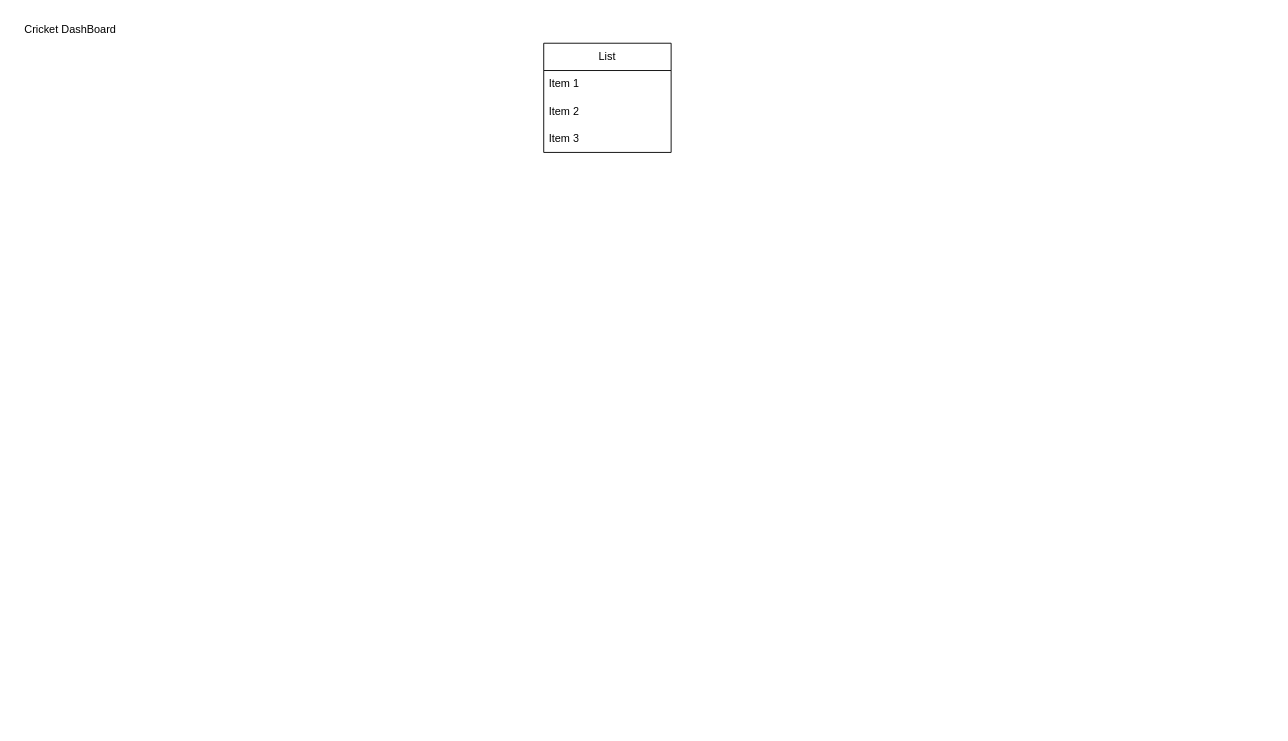
The draw.io diagram CricketDashBoard.drawio in siddheshJungade/prep, before the edit. Source tidied: cells renumbered, new cells numbered last; positions are measured from the earlier drawing's top-left corner, leaving out a move shared by most shapes. Both pictures are drawn from the tidied source at 91%, with x=0, y=0 at pixel (15, 15).
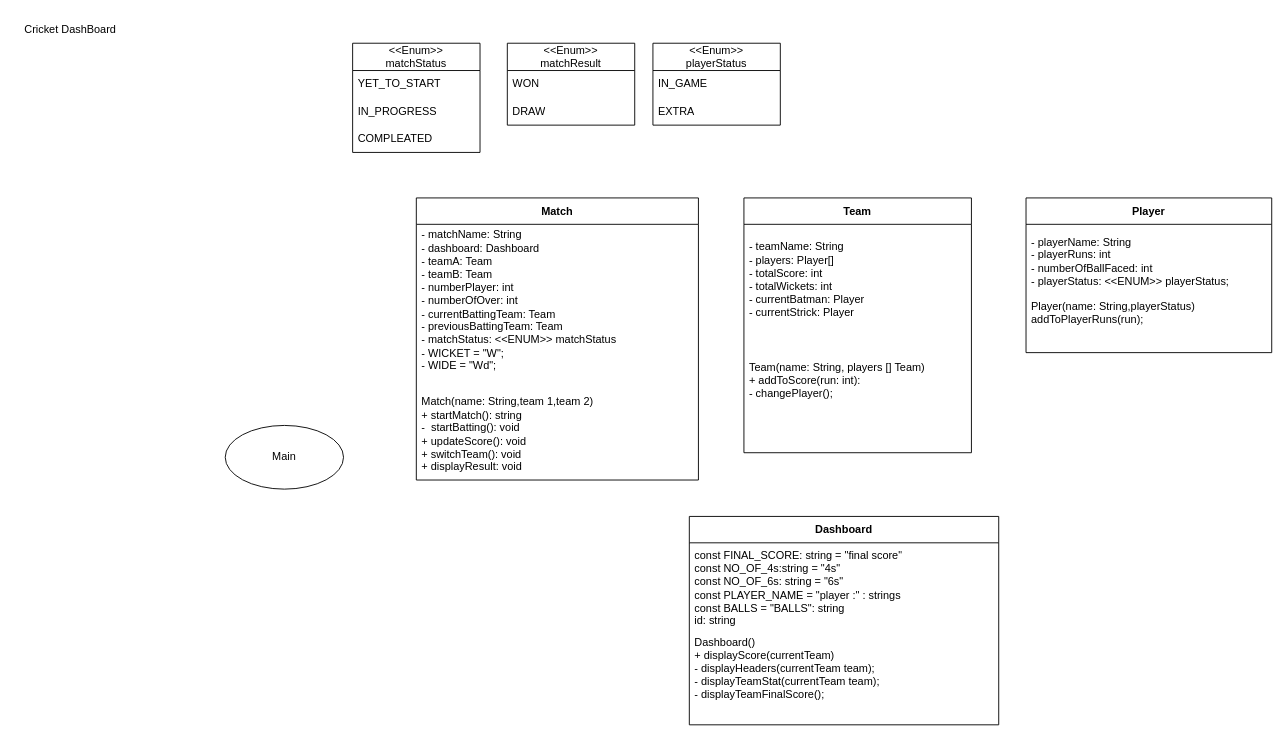
After the change.

Change to the diagram source:
```diff
@@
-    <mxCell id="3" value="List" style="swimlane;fontStyle=0;horizontal=1;startSize=30;whiteSpace=wrap;html=1;" parent="1" vertex="1">
-      <mxGeometry x="580" y="30" width="140" height="120" as="geometry" />
+    <mxCell id="3" value="&lt;div&gt;&amp;lt;&amp;lt;Enum&amp;gt;&amp;gt;&lt;/div&gt;&lt;div&gt;matchStatus&lt;br&gt;&lt;/div&gt;" style="swimlane;fontStyle=0;horizontal=1;startSize=30;whiteSpace=wrap;html=1;" parent="1" vertex="1">
+      <mxGeometry x="370" y="30" width="140" height="120" as="geometry" />
     </mxCell>
-    <mxCell id="4" value="Item 1" style="text;strokeColor=none;fillColor=none;align=left;verticalAlign=middle;spacingLeft=4;spacingRight=4;overflow=hidden;whiteSpace=wrap;html=1;" parent="3" vertex="1">
+    <mxCell id="4" value="YET_TO_START" style="text;strokeColor=none;fillColor=none;align=left;verticalAlign=middle;spacingLeft=4;spacingRight=4;overflow=hidden;whiteSpace=wrap;html=1;" parent="3" vertex="1">
       <mxGeometry y="30" width="140" height="30" as="geometry" />
     </mxCell>
-    <mxCell id="5" value="Item 2" style="text;strokeColor=none;fillColor=none;align=left;verticalAlign=middle;spacingLeft=4;spacingRight=4;overflow=hidden;whiteSpace=wrap;html=1;" parent="3" vertex="1">
+    <mxCell id="5" value="IN_PROGRESS" style="text;strokeColor=none;fillColor=none;align=left;verticalAlign=middle;spacingLeft=4;spacingRight=4;overflow=hidden;whiteSpace=wrap;html=1;" parent="3" vertex="1">
       <mxGeometry y="60" width="140" height="30" as="geometry" />
     </mxCell>
-    <mxCell id="6" value="Item 3" style="text;strokeColor=none;fillColor=none;align=left;verticalAlign=middle;spacingLeft=4;spacingRight=4;overflow=hidden;whiteSpace=wrap;html=1;" parent="3" vertex="1">
+    <mxCell id="6" value="COMPLEATED" style="text;strokeColor=none;fillColor=none;align=left;verticalAlign=middle;spacingLeft=4;spacingRight=4;overflow=hidden;whiteSpace=wrap;html=1;" parent="3" vertex="1">
       <mxGeometry y="90" width="140" height="30" as="geometry" />
     </mxCell>
+    <mxCell id="7" value="&lt;div&gt;&amp;lt;&amp;lt;Enum&amp;gt;&amp;gt;&lt;/div&gt;&lt;div&gt;matchResult&lt;br&gt;&lt;/div&gt;" style="swimlane;fontStyle=0;horizontal=1;startSize=30;whiteSpace=wrap;html=1;" parent="1" vertex="1">
+      <mxGeometry x="540" y="30" width="140" height="90" as="geometry" />
+    </mxCell>
+    <mxCell id="8" value="WON" style="text;strokeColor=none;fillColor=none;align=left;verticalAlign=middle;spacingLeft=4;spacingRight=4;overflow=hidden;whiteSpace=wrap;html=1;" parent="7" vertex="1">
+      <mxGeometry y="30" width="140" height="30" as="geometry" />
+    </mxCell>
+    <mxCell id="9" value="&lt;div&gt;DRAW&lt;/div&gt;" style="text;strokeColor=none;fillColor=none;align=left;verticalAlign=middle;spacingLeft=4;spacingRight=4;overflow=hidden;whiteSpace=wrap;html=1;" parent="7" vertex="1">
+      <mxGeometry y="60" width="140" height="30" as="geometry" />
+    </mxCell>
+    <mxCell id="10" value="Main" style="ellipse;html=1;whiteSpace=wrap;" parent="1" vertex="1">
+      <mxGeometry x="230" y="450" width="130" height="70" as="geometry" />
+    </mxCell>
+    <mxCell id="11" value="Match" style="swimlane;fontStyle=1;align=center;verticalAlign=middle;horizontal=1;startSize=29;html=1;whiteSpace=wrap;" parent="1" vertex="1">
+      <mxGeometry x="440" y="200" width="310" height="310" as="geometry" />
+    </mxCell>
+    <mxCell id="12" value="&lt;div align=&quot;left&quot;&gt;&lt;div&gt;- matchName: String&lt;/div&gt;&lt;div&gt;- dashboard: Dashboard&lt;br&gt;&lt;/div&gt;- teamA: Team&lt;br&gt;- teamB: Team&lt;/div&gt;&lt;div align=&quot;left&quot;&gt;- numberPlayer: int&lt;/div&gt;&lt;div align=&quot;left&quot;&gt;- numberOfOver: int&lt;/div&gt;&lt;div align=&quot;left&quot;&gt;- currentBattingTeam: Team&lt;/div&gt;&lt;div align=&quot;left&quot;&gt;- previousBattingTeam: Team&lt;/div&gt;&lt;div align=&quot;left&quot;&gt;- matchStatus: &amp;lt;&amp;lt;ENUM&amp;gt;&amp;gt; matchStatus &lt;br&gt;&lt;/div&gt;&lt;div align=&quot;left&quot;&gt;- WICKET = &quot;W&quot;;&lt;br&gt;- WIDE = &quot;Wd&quot;;&lt;br&gt;&lt;br&gt;&lt;/div&gt;" style="text;html=1;strokeColor=none;fillColor=none;align=left;verticalAlign=middle;spacingLeft=4;spacingRight=4;overflow=hidden;whiteSpace=wrap;" parent="11" vertex="1">
+      <mxGeometry y="29" width="310" height="181" as="geometry" />
+    </mxCell>
+    <mxCell id="13" value="&lt;div&gt;Match(name: String,team 1,team 2)&lt;/div&gt;&lt;div&gt;+ startMatch(): string&lt;/div&gt;&lt;div&gt;-&amp;nbsp; startBatting(): void&lt;br&gt;&lt;/div&gt;&lt;div&gt;+ updateScore(): void&lt;/div&gt;&lt;div&gt;+ switchTeam(): void&lt;/div&gt;&lt;div&gt;+ displayResult: void&lt;br&gt;&lt;/div&gt;" style="text;html=1;strokeColor=none;fillColor=none;align=left;verticalAlign=middle;spacingLeft=4;spacingRight=4;overflow=hidden;whiteSpace=wrap;" parent="11" vertex="1">
+      <mxGeometry y="210" width="310" height="100" as="geometry" />
+    </mxCell>
+    <mxCell id="14" value="Team" style="swimlane;fontStyle=1;align=center;verticalAlign=middle;horizontal=1;startSize=29;html=1;whiteSpace=wrap;" parent="1" vertex="1">
+      <mxGeometry x="800" y="200" width="250" height="280" as="geometry" />
+    </mxCell>
+    <mxCell id="15" value="&lt;div align=&quot;left&quot;&gt;&lt;div&gt;- teamName: String &lt;br&gt;&lt;/div&gt;- players: Player[]&lt;/div&gt;&lt;div align=&quot;left&quot;&gt;- totalScore: int&lt;/div&gt;&lt;div align=&quot;left&quot;&gt;- totalWickets: int&lt;/div&gt;&lt;div align=&quot;left&quot;&gt;- currentBatman: Player&lt;/div&gt;&lt;div align=&quot;left&quot;&gt;- currentStrick: Player &lt;br&gt;&lt;/div&gt;" style="text;html=1;strokeColor=none;fillColor=none;align=left;verticalAlign=middle;spacingLeft=4;spacingRight=4;overflow=hidden;whiteSpace=wrap;" parent="14" vertex="1">
+      <mxGeometry y="29" width="250" height="121" as="geometry" />
+    </mxCell>
+    <mxCell id="16" value="&lt;div&gt;Team(name: String, players [] Team)&lt;/div&gt;&lt;div&gt;+ addToScore(run: int):&lt;/div&gt;&lt;div&gt;- changePlayer();&lt;/div&gt;&lt;div&gt;&lt;br&gt;&lt;/div&gt;&lt;div&gt;&amp;nbsp;&lt;br&gt;&lt;/div&gt;" style="text;html=1;strokeColor=none;fillColor=none;align=left;verticalAlign=middle;spacingLeft=4;spacingRight=4;overflow=hidden;whiteSpace=wrap;" parent="14" vertex="1">
+      <mxGeometry y="150" width="250" height="130" as="geometry" />
+    </mxCell>
+    <mxCell id="17" value="Player" style="swimlane;fontStyle=1;align=center;verticalAlign=middle;horizontal=1;startSize=29;html=1;whiteSpace=wrap;" parent="1" vertex="1">
+      <mxGeometry x="1110" y="200" width="270" height="170" as="geometry" />
+    </mxCell>
+    <mxCell id="18" value="&lt;div align=&quot;left&quot;&gt;&lt;div&gt;- playerName: String &lt;br&gt;&lt;/div&gt;- playerRuns: int&lt;/div&gt;&lt;div align=&quot;left&quot;&gt;- numberOfBallFaced: int&lt;br&gt;&lt;/div&gt;&lt;div align=&quot;left&quot;&gt;- playerStatus: &amp;lt;&amp;lt;ENUM&amp;gt;&amp;gt; playerStatus;&lt;/div&gt;" style="text;html=1;strokeColor=none;fillColor=none;align=left;verticalAlign=middle;spacingLeft=4;spacingRight=4;overflow=hidden;whiteSpace=wrap;" parent="17" vertex="1">
+      <mxGeometry y="29" width="270" height="81" as="geometry" />
+    </mxCell>
+    <mxCell id="19" value="&lt;div&gt;Player(name: String,playerStatus)&lt;/div&gt;&lt;div&gt;addToPlayerRuns(run);&lt;/div&gt;&lt;div&gt;&lt;br&gt;&lt;/div&gt;&lt;div&gt;&lt;br&gt;&lt;/div&gt;" style="text;html=1;strokeColor=none;fillColor=none;align=left;verticalAlign=middle;spacingLeft=4;spacingRight=4;overflow=hidden;whiteSpace=wrap;" parent="17" vertex="1">
+      <mxGeometry y="110" width="270" height="60" as="geometry" />
+    </mxCell>
+    <mxCell id="20" value="&lt;div&gt;&amp;lt;&amp;lt;Enum&amp;gt;&amp;gt;&lt;/div&gt;&lt;div&gt;playerStatus&lt;br&gt;&lt;/div&gt;" style="swimlane;fontStyle=0;horizontal=1;startSize=30;whiteSpace=wrap;html=1;" parent="1" vertex="1">
+      <mxGeometry x="700" y="30" width="140" height="90" as="geometry" />
+    </mxCell>
+    <mxCell id="21" value="IN_GAME" style="text;strokeColor=none;fillColor=none;align=left;verticalAlign=middle;spacingLeft=4;spacingRight=4;overflow=hidden;whiteSpace=wrap;html=1;" parent="20" vertex="1">
+      <mxGeometry y="30" width="140" height="30" as="geometry" />
+    </mxCell>
+    <mxCell id="22" value="EXTRA" style="text;strokeColor=none;fillColor=none;align=left;verticalAlign=middle;spacingLeft=4;spacingRight=4;overflow=hidden;whiteSpace=wrap;html=1;" parent="20" vertex="1">
+      <mxGeometry y="60" width="140" height="30" as="geometry" />
+    </mxCell>
+    <mxCell id="23" value="Dashboard" style="swimlane;fontStyle=1;align=center;verticalAlign=middle;horizontal=1;startSize=29;html=1;whiteSpace=wrap;" parent="1" vertex="1">
+      <mxGeometry x="740" y="550" width="340" height="229" as="geometry" />
+    </mxCell>
+    <mxCell id="24" value="&lt;div&gt;const FINAL_SCORE: string = &quot;final score&quot;&lt;br&gt;&lt;/div&gt;&lt;div&gt;const NO_OF_4s:string = &quot;4s&quot;&lt;/div&gt;&lt;div&gt;const NO_OF_6s: string = &quot;6s&quot;&lt;/div&gt;&lt;div&gt;const PLAYER_NAME = &quot;player :&quot; : strings&lt;/div&gt;&lt;div&gt;const BALLS = &quot;BALLS&quot;: string&lt;/div&gt;&lt;div&gt;id: string&lt;br&gt;&lt;/div&gt;" style="text;html=1;strokeColor=none;fillColor=none;align=left;verticalAlign=middle;spacingLeft=4;spacingRight=4;overflow=hidden;whiteSpace=wrap;" parent="23" vertex="1">
+      <mxGeometry y="29" width="340" height="100" as="geometry" />
+    </mxCell>
+    <mxCell id="25" value="&lt;div&gt;Dashboard()&lt;/div&gt;&lt;div&gt;+ displayScore(currentTeam)&lt;/div&gt;&lt;div&gt;- displayHeaders(currentTeam team);&lt;/div&gt;&lt;div&gt;- displayTeamStat(currentTeam team);&lt;/div&gt;&lt;div&gt;- displayTeamFinalScore();&lt;br&gt;&lt;/div&gt;&lt;div&gt;&lt;br&gt;&lt;/div&gt;&lt;div&gt;&lt;br&gt;&lt;/div&gt;" style="text;html=1;strokeColor=none;fillColor=none;align=left;verticalAlign=middle;spacingLeft=4;spacingRight=4;overflow=hidden;whiteSpace=wrap;" parent="23" vertex="1">
+      <mxGeometry y="129" width="340" height="100" as="geometry" />
+    </mxCell>
```
